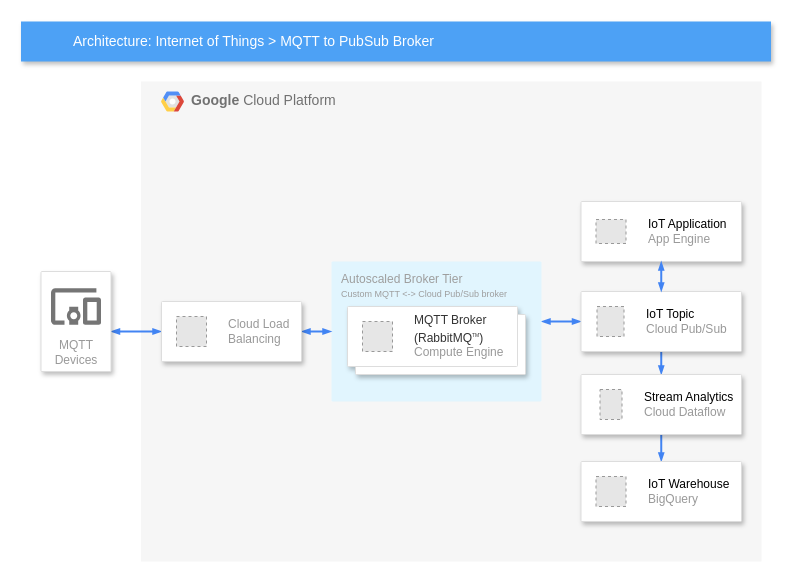
Above: Untitled Diagram.drawio in KasymovD/AI_Stamp_1 (draw.io), before the change. Source tidied: cells renumbered, new cells numbered last; positions are measured from the earlier drawing's top-left corner, leaving out a move shared by most shapes. Both pictures are drawn from the tidied source at 100%, with x=0, y=0 at pixel (21, 21). Pictures stored in the file or linked from it are replaced by grey dashed boxes.
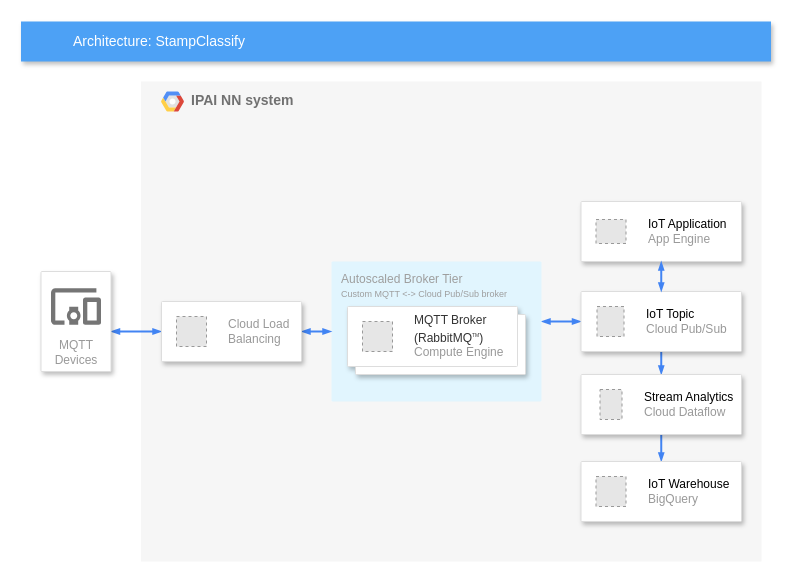
The same diagram, later.

The edit, as a diff of the source:
```diff
@@
-    <mxCell id="2" value="&lt;b&gt;Google &lt;/b&gt;Cloud Platform" style="fillColor=#F6F6F6;strokeColor=none;shadow=0;gradientColor=none;fontSize=14;align=left;spacing=10;fontColor=#717171;9E9E9E;verticalAlign=top;spacingTop=-4;fontStyle=0;spacingLeft=40;html=1;" parent="1" vertex="1">
+    <mxCell id="2" value="&lt;b&gt;IPAI NN system&lt;/b&gt;" style="fillColor=#F6F6F6;strokeColor=none;shadow=0;gradientColor=none;fontSize=14;align=left;spacing=10;fontColor=#717171;9E9E9E;verticalAlign=top;spacingTop=-4;fontStyle=0;spacingLeft=40;html=1;" parent="1" vertex="1">
       <mxGeometry x="119.5" y="60" width="620.5" height="480" as="geometry" />
     </mxCell>
@@
-    <mxCell id="5" value="Architecture: Internet of Things &amp;gt; MQTT to PubSub Broker" style="fillColor=#4DA1F5;strokeColor=none;shadow=1;gradientColor=none;fontSize=14;align=left;spacingLeft=50;fontColor=#ffffff;html=1;" parent="1" vertex="1">
+    <mxCell id="5" value="Architecture: StampClassify" style="fillColor=#4DA1F5;strokeColor=none;shadow=1;gradientColor=none;fontSize=14;align=left;spacingLeft=50;fontColor=#ffffff;html=1;" parent="1" vertex="1">
       <mxGeometry x="-0.5" width="750" height="40" as="geometry" />
     </mxCell>
```
